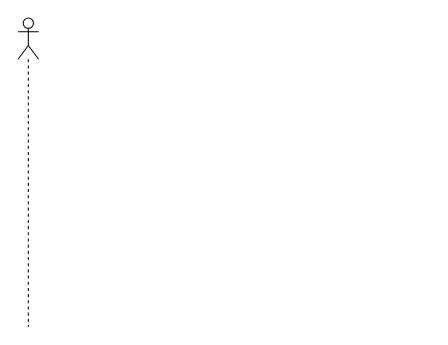
The draw.io diagram Untitled Diagram.drawio in wangaimin/jicai_v2, before the edit. Source tidied: cells renumbered, new cells numbered last; positions are measured from the earlier drawing's top-left corner, leaving out a move shared by most shapes. Both pictures are drawn from the tidied source at 103%, with x=0, y=0 at pixel (18, 18).
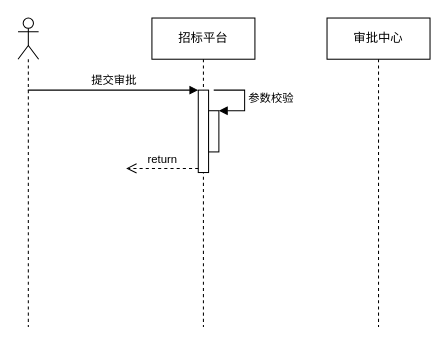
Above is the later version.

Change to the diagram source:
```diff
@@
 <mxGraphModel>
   <root>
     <mxCell id="0" />
     <mxCell id="1" parent="0" />
     <mxCell id="2" style="shape=umlLifeline;participant=umlActor;perimeter=lifelinePerimeter;whiteSpace=wrap;html=1;verticalAlign=top;spacingTop=36;outlineConnect=0;" parent="1" vertex="1">
       <mxGeometry width="20" height="300" as="geometry" />
     </mxCell>
+    <mxCell id="3" value="招标平台" style="shape=umlLifeline;perimeter=lifelinePerimeter;whiteSpace=wrap;html=1;" parent="1" vertex="1">
+      <mxGeometry x="130" width="100" height="300" as="geometry" />
+    </mxCell>
+    <mxCell id="4" style="html=1;points=[];perimeter=orthogonalPerimeter;" parent="3" vertex="1">
+      <mxGeometry x="45" y="70" width="10" height="80" as="geometry" />
+    </mxCell>
+    <mxCell id="5" value="return" style="html=1;verticalAlign=bottom;endArrow=open;dashed=1;endSize=8;exitX=0;exitY=0.95;rounded=0;" parent="3" edge="1" source="4">
+      <mxGeometry relative="1" as="geometry">
+        <mxPoint x="-25" y="146" as="targetPoint" />
+      </mxGeometry>
+    </mxCell>
+    <mxCell id="6" style="html=1;points=[];perimeter=orthogonalPerimeter;" parent="3" vertex="1">
+      <mxGeometry x="55" y="90" width="10" height="40" as="geometry" />
+    </mxCell>
+    <mxCell id="7" value="参数校验" style="edgeStyle=orthogonalEdgeStyle;html=1;align=left;spacingLeft=2;endArrow=block;rounded=0;entryX=1;entryY=0;" parent="3" edge="1" target="6">
+      <mxGeometry relative="1" as="geometry">
+        <mxPoint x="60" y="70" as="sourcePoint" />
+        <Array as="points">
+          <mxPoint x="90" y="70" />
+        </Array>
+      </mxGeometry>
+    </mxCell>
+    <mxCell id="8" value="审批中心" style="shape=umlLifeline;perimeter=lifelinePerimeter;whiteSpace=wrap;html=1;" parent="1" vertex="1">
+      <mxGeometry x="300" width="100" height="300" as="geometry" />
+    </mxCell>
+    <mxCell id="9" value="提交审批" style="html=1;verticalAlign=bottom;endArrow=block;entryX=0;entryY=0;rounded=0;" parent="1" edge="1" source="2" target="4">
+      <mxGeometry relative="1" as="geometry" />
+    </mxCell>
   </root>
 </mxGraphModel>
```
